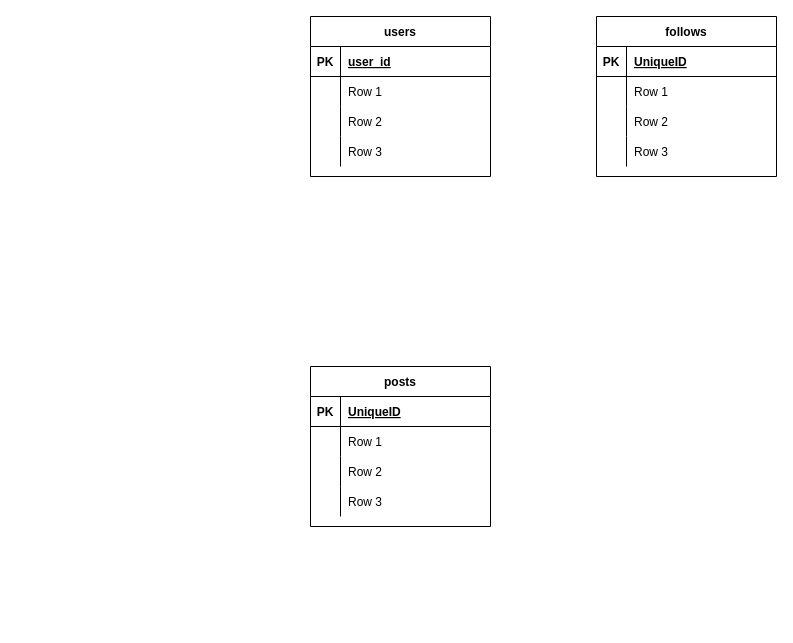
The draw.io diagram doc/database/ER.drawio in Azu0925/syusyokusakuhin, before the edit. Source tidied: cells renumbered, new cells numbered last; positions are measured from the earlier drawing's top-left corner, leaving out a move shared by most shapes. Both pictures are drawn from the tidied source at 100%, with x=0, y=0 at pixel (310, 16).
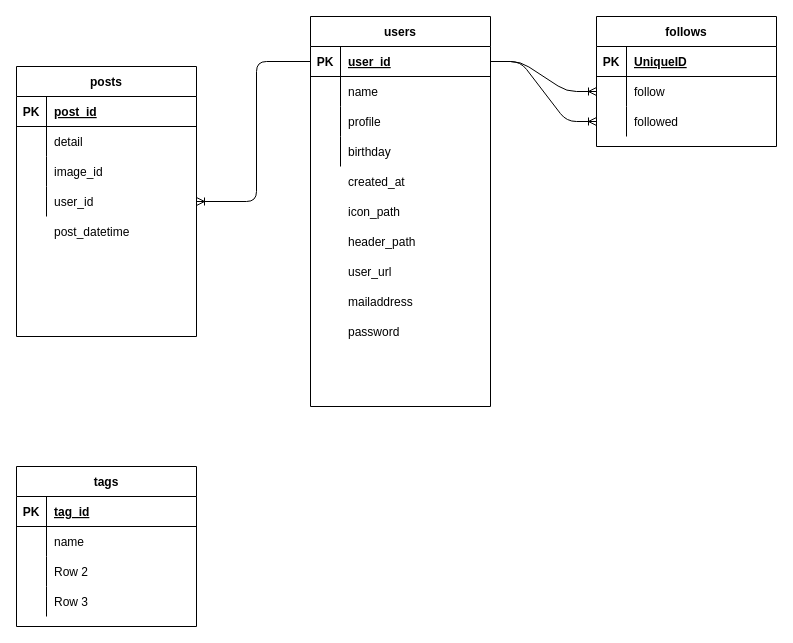
The same diagram, later.

Commit message:
ER図作成途中

Unchanged cells that the change refers to:
```xml
<mxCell id="3" style="shape=partialRectangle;fillColor=none;top=0;left=0;bottom=1;right=0;points=[[0,0.5],[1,0.5]];portConstraint=eastwest;" parent="2" vertex="1">
  <mxGeometry y="30" width="180" height="30" as="geometry" />
</mxCell>
<mxCell id="6" style="shape=partialRectangle;fillColor=none;top=0;left=0;bottom=0;right=0;" parent="2" vertex="1">
  <mxGeometry y="60" width="180" height="30" as="geometry" />
</mxCell>
<mxCell id="9" style="shape=partialRectangle;fillColor=none;top=0;left=0;bottom=0;right=0;" parent="2" vertex="1">
  <mxGeometry y="90" width="180" height="30" as="geometry" />
</mxCell>
<mxCell id="12" style="shape=partialRectangle;fillColor=none;top=0;left=0;bottom=0;right=0;" parent="2" vertex="1">
  <mxGeometry y="120" width="180" height="30" as="geometry" />
</mxCell>
<mxCell id="19" style="shape=partialRectangle;fillColor=none;top=0;left=0;bottom=0;right=0;points=[[0,0.5],[1,0.5]];portConstraint=eastwest;" parent="15" vertex="1">
  <mxGeometry y="60" width="180" height="30" as="geometry" />
</mxCell>
<mxCell id="22" style="shape=partialRectangle;fillColor=none;top=0;left=0;bottom=0;right=0;points=[[0,0.5],[1,0.5]];portConstraint=eastwest;" parent="15" vertex="1">
  <mxGeometry y="90" width="180" height="30" as="geometry" />
</mxCell>
<mxCell id="29" style="shape=partialRectangle;fillColor=none;top=0;left=0;bottom=1;right=0;" parent="28" vertex="1">
  <mxGeometry y="30" width="180" height="30" as="geometry" />
</mxCell>
<mxCell id="32" style="shape=partialRectangle;fillColor=none;top=0;left=0;bottom=0;right=0;" parent="28" vertex="1">
  <mxGeometry y="60" width="180" height="30" as="geometry" />
</mxCell>
<mxCell id="35" style="shape=partialRectangle;fillColor=none;top=0;left=0;bottom=0;right=0;" parent="28" vertex="1">
  <mxGeometry y="90" width="180" height="30" as="geometry" />
</mxCell>
<mxCell id="38" style="shape=partialRectangle;fillColor=none;top=0;left=0;bottom=0;right=0;points=[[0,0.5],[1,0.5]];portConstraint=eastwest;" parent="28" vertex="1">
  <mxGeometry y="120" width="180" height="30" as="geometry" />
</mxCell>
```

Change to the diagram source:
```diff
@@
     <mxCell id="2" value="users" style="shape=table;startSize=30;childLayout=tableLayout;rowLines=0;fontStyle=1;align=center;" parent="1" vertex="1">
-      <mxGeometry width="180" height="160" as="geometry" />
+      <mxGeometry width="180" height="390" as="geometry" />
     </mxCell>
@@
-    <mxCell id="8" value="Row 1" style="shape=partialRectangle;fillColor=none;top=0;left=0;bottom=0;right=0;align=left;spacingLeft=6;overflow=hidden;" parent="6" vertex="1">
+    <mxCell id="8" value="name" style="shape=partialRectangle;fillColor=none;top=0;left=0;bottom=0;right=0;align=left;spacingLeft=6;overflow=hidden;" parent="6" vertex="1">
       <mxGeometry x="30" width="150" height="30" as="geometry" />
     </mxCell>
@@
-    <mxCell id="11" value="Row 2" style="shape=partialRectangle;fillColor=none;top=0;left=0;bottom=0;right=0;align=left;spacingLeft=6;overflow=hidden;" parent="9" vertex="1">
+    <mxCell id="11" value="profile" style="shape=partialRectangle;fillColor=none;top=0;left=0;bottom=0;right=0;align=left;spacingLeft=6;overflow=hidden;" parent="9" vertex="1">
       <mxGeometry x="30" width="150" height="30" as="geometry" />
     </mxCell>
@@
-    <mxCell id="14" value="Row 3" style="shape=partialRectangle;fillColor=none;top=0;left=0;bottom=0;right=0;align=left;spacingLeft=6;overflow=hidden;" parent="12" vertex="1">
+    <mxCell id="14" value="birthday" style="shape=partialRectangle;fillColor=none;top=0;left=0;bottom=0;right=0;align=left;spacingLeft=6;overflow=hidden;" parent="12" vertex="1">
       <mxGeometry x="30" width="150" height="30" as="geometry" />
     </mxCell>
     <mxCell id="15" value="follows" style="shape=table;startSize=30;childLayout=tableLayout;rowLines=0;fontStyle=1;align=center;" parent="1" vertex="1">
-      <mxGeometry x="286" width="180" height="160" as="geometry" />
+      <mxGeometry x="286" width="180" height="130" as="geometry" />
     </mxCell>
@@
-    <mxCell id="21" value="Row 1" style="shape=partialRectangle;fillColor=none;top=0;left=0;bottom=0;right=0;align=left;spacingLeft=6;overflow=hidden;" parent="19" vertex="1">
+    <mxCell id="21" value="follow" style="shape=partialRectangle;fillColor=none;top=0;left=0;bottom=0;right=0;align=left;spacingLeft=6;overflow=hidden;" parent="19" vertex="1">
       <mxGeometry x="30" width="150" height="30" as="geometry" />
     </mxCell>
@@
-    <mxCell id="24" value="Row 2" style="shape=partialRectangle;fillColor=none;top=0;left=0;bottom=0;right=0;align=left;spacingLeft=6;overflow=hidden;" parent="22" vertex="1">
+    <mxCell id="24" value="followed" style="shape=partialRectangle;fillColor=none;top=0;left=0;bottom=0;right=0;align=left;spacingLeft=6;overflow=hidden;" parent="22" vertex="1">
       <mxGeometry x="30" width="150" height="30" as="geometry" />
     </mxCell>
-    <mxCell id="25" style="shape=partialRectangle;fillColor=none;top=0;left=0;bottom=0;right=0;" parent="15" vertex="1">
-      <mxGeometry y="120" width="180" height="30" as="geometry" />
-    </mxCell>
-    <mxCell id="26" style="shape=partialRectangle;fillColor=none;top=0;left=0;bottom=0;right=0;overflow=hidden;" parent="25" vertex="1">
-      <mxGeometry width="30" height="30" as="geometry" />
-    </mxCell>
-    <mxCell id="27" value="Row 3" style="shape=partialRectangle;fillColor=none;top=0;left=0;bottom=0;right=0;align=left;spacingLeft=6;overflow=hidden;" parent="25" vertex="1">
-      <mxGeometry x="30" width="150" height="30" as="geometry" />
-    </mxCell>
     <mxCell id="28" value="posts" style="shape=table;startSize=30;childLayout=tableLayout;rowLines=0;fontStyle=1;align=center;" parent="1" vertex="1">
-      <mxGeometry y="350" width="180" height="160" as="geometry" />
+      <mxGeometry x="-294" y="50" width="180" height="270" as="geometry" />
     </mxCell>
@@
-    <mxCell id="31" value="UniqueID" style="shape=partialRectangle;fillColor=none;top=0;left=0;bottom=0;right=0;align=left;spacingLeft=6;fontStyle=5;overflow=hidden;" parent="29" vertex="1">
+    <mxCell id="31" value="post_id" style="shape=partialRectangle;fillColor=none;top=0;left=0;bottom=0;right=0;align=left;spacingLeft=6;fontStyle=5;overflow=hidden;" parent="29" vertex="1">
       <mxGeometry x="30" width="150" height="30" as="geometry" />
     </mxCell>
@@
-    <mxCell id="34" value="Row 1" style="shape=partialRectangle;fillColor=none;top=0;left=0;bottom=0;right=0;align=left;spacingLeft=6;overflow=hidden;" parent="32" vertex="1">
+    <mxCell id="34" value="detail" style="shape=partialRectangle;fillColor=none;top=0;left=0;bottom=0;right=0;align=left;spacingLeft=6;overflow=hidden;" parent="32" vertex="1">
       <mxGeometry x="30" width="150" height="30" as="geometry" />
     </mxCell>
@@
-    <mxCell id="37" value="Row 2" style="shape=partialRectangle;fillColor=none;top=0;left=0;bottom=0;right=0;align=left;spacingLeft=6;overflow=hidden;" parent="35" vertex="1">
+    <mxCell id="37" value="image_id" style="shape=partialRectangle;fillColor=none;top=0;left=0;bottom=0;right=0;align=left;spacingLeft=6;overflow=hidden;" parent="35" vertex="1">
       <mxGeometry x="30" width="150" height="30" as="geometry" />
     </mxCell>
@@
-    <mxCell id="40" value="Row 3" style="shape=partialRectangle;fillColor=none;top=0;left=0;bottom=0;right=0;align=left;spacingLeft=6;overflow=hidden;" parent="38" vertex="1">
+    <mxCell id="40" value="user_id" style="shape=partialRectangle;fillColor=none;top=0;left=0;bottom=0;right=0;align=left;spacingLeft=6;overflow=hidden;" parent="38" vertex="1">
       <mxGeometry x="30" width="150" height="30" as="geometry" />
     </mxCell>
+    <mxCell id="41" style="edgeStyle=entityRelationEdgeStyle;fontSize=12;html=1;endArrow=ERoneToMany;entryX=0;entryY=0.5;entryDx=0;entryDy=0;exitX=1;exitY=0.5;exitDx=0;exitDy=0;" parent="1" edge="1" source="3" target="19">
+      <mxGeometry relative="1" as="geometry" />
+    </mxCell>
+    <mxCell id="42" style="edgeStyle=entityRelationEdgeStyle;fontSize=12;html=1;endArrow=ERoneToMany;exitX=1;exitY=0.5;exitDx=0;exitDy=0;entryX=0;entryY=0.5;entryDx=0;entryDy=0;" parent="1" edge="1" source="3" target="22">
+      <mxGeometry relative="1" as="geometry" />
+    </mxCell>
+    <mxCell id="43" style="edgeStyle=elbowEdgeStyle;fontSize=12;html=1;endArrow=ERoneToMany;entryX=1;entryY=0.5;entryDx=0;entryDy=0;exitX=0;exitY=0.5;exitDx=0;exitDy=0;" parent="1" edge="1" source="3" target="38">
+      <mxGeometry relative="1" as="geometry">
+        <Array as="points">
+          <mxPoint x="-54" y="180" />
+        </Array>
+      </mxGeometry>
+    </mxCell>
+    <mxCell id="44" style="shape=partialRectangle;fillColor=none;top=0;left=0;bottom=0;right=0;" parent="1" vertex="1">
+      <mxGeometry y="150" width="180" height="30" as="geometry" />
+    </mxCell>
+    <mxCell id="45" style="shape=partialRectangle;fillColor=none;top=0;left=0;bottom=0;right=0;overflow=hidden;" parent="44" vertex="1">
+      <mxGeometry width="30" height="30" as="geometry" />
+    </mxCell>
+    <mxCell id="46" value="created_at" style="shape=partialRectangle;fillColor=none;top=0;left=0;bottom=0;right=0;align=left;spacingLeft=6;overflow=hidden;" parent="44" vertex="1">
+      <mxGeometry x="30" width="150" height="30" as="geometry" />
+    </mxCell>
+    <mxCell id="47" style="shape=partialRectangle;fillColor=none;top=0;left=0;bottom=0;right=0;" parent="1" vertex="1">
+      <mxGeometry y="180" width="180" height="30" as="geometry" />
+    </mxCell>
+    <mxCell id="48" style="shape=partialRectangle;fillColor=none;top=0;left=0;bottom=0;right=0;overflow=hidden;" parent="47" vertex="1">
+      <mxGeometry width="30" height="30" as="geometry" />
+    </mxCell>
+    <mxCell id="49" value="icon_path" style="shape=partialRectangle;fillColor=none;top=0;left=0;bottom=0;right=0;align=left;spacingLeft=6;overflow=hidden;" parent="47" vertex="1">
+      <mxGeometry x="30" width="150" height="30" as="geometry" />
+    </mxCell>
+    <mxCell id="50" style="shape=partialRectangle;fillColor=none;top=0;left=0;bottom=0;right=0;" parent="1" vertex="1">
+      <mxGeometry y="210" width="180" height="30" as="geometry" />
+    </mxCell>
+    <mxCell id="51" style="shape=partialRectangle;fillColor=none;top=0;left=0;bottom=0;right=0;overflow=hidden;" parent="50" vertex="1">
+      <mxGeometry width="30" height="30" as="geometry" />
+    </mxCell>
+    <mxCell id="52" value="header_path" style="shape=partialRectangle;fillColor=none;top=0;left=0;bottom=0;right=0;align=left;spacingLeft=6;overflow=hidden;" parent="50" vertex="1">
+      <mxGeometry x="30" width="150" height="30" as="geometry" />
+    </mxCell>
+    <mxCell id="53" style="shape=partialRectangle;fillColor=none;top=0;left=0;bottom=0;right=0;" parent="1" vertex="1">
+      <mxGeometry y="240" width="180" height="30" as="geometry" />
+    </mxCell>
+    <mxCell id="54" style="shape=partialRectangle;fillColor=none;top=0;left=0;bottom=0;right=0;overflow=hidden;" parent="53" vertex="1">
+      <mxGeometry width="30" height="30" as="geometry" />
+    </mxCell>
+    <mxCell id="55" value="user_url" style="shape=partialRectangle;fillColor=none;top=0;left=0;bottom=0;right=0;align=left;spacingLeft=6;overflow=hidden;" parent="53" vertex="1">
+      <mxGeometry x="30" width="150" height="30" as="geometry" />
+    </mxCell>
+    <mxCell id="56" style="shape=partialRectangle;fillColor=none;top=0;left=0;bottom=0;right=0;" parent="1" vertex="1">
+      <mxGeometry y="270" width="180" height="30" as="geometry" />
+    </mxCell>
+    <mxCell id="57" style="shape=partialRectangle;fillColor=none;top=0;left=0;bottom=0;right=0;overflow=hidden;" parent="56" vertex="1">
+      <mxGeometry width="30" height="30" as="geometry" />
+    </mxCell>
+    <mxCell id="58" value="mailaddress" style="shape=partialRectangle;fillColor=none;top=0;left=0;bottom=0;right=0;align=left;spacingLeft=6;overflow=hidden;" parent="56" vertex="1">
+      <mxGeometry x="30" width="150" height="30" as="geometry" />
+    </mxCell>
+    <mxCell id="59" style="shape=partialRectangle;fillColor=none;top=0;left=0;bottom=0;right=0;" parent="1" vertex="1">
+      <mxGeometry y="300" width="180" height="30" as="geometry" />
+    </mxCell>
+    <mxCell id="60" style="shape=partialRectangle;fillColor=none;top=0;left=0;bottom=0;right=0;overflow=hidden;" parent="59" vertex="1">
+      <mxGeometry width="30" height="30" as="geometry" />
+    </mxCell>
+    <mxCell id="61" value="password" style="shape=partialRectangle;fillColor=none;top=0;left=0;bottom=0;right=0;align=left;spacingLeft=6;overflow=hidden;" parent="59" vertex="1">
+      <mxGeometry x="30" width="150" height="30" as="geometry" />
+    </mxCell>
+    <mxCell id="62" style="shape=partialRectangle;fillColor=none;top=0;left=0;bottom=0;right=0;" parent="1" vertex="1">
+      <mxGeometry x="-294" y="200" width="180" height="30" as="geometry" />
+    </mxCell>
+    <mxCell id="63" style="shape=partialRectangle;fillColor=none;top=0;left=0;bottom=0;right=0;overflow=hidden;" parent="62" vertex="1">
+      <mxGeometry width="30" height="30" as="geometry" />
+    </mxCell>
+    <mxCell id="64" value="post_datetime" style="shape=partialRectangle;fillColor=none;top=0;left=0;bottom=0;right=0;align=left;spacingLeft=6;overflow=hidden;" parent="62" vertex="1">
+      <mxGeometry x="30" width="150" height="30" as="geometry" />
+    </mxCell>
+    <mxCell id="65" value="tags" style="shape=table;startSize=30;childLayout=tableLayout;rowLines=0;fontStyle=1;align=center;" parent="1" vertex="1">
+      <mxGeometry x="-294" y="450" width="180" height="160" as="geometry" />
+    </mxCell>
+    <mxCell id="66" style="shape=partialRectangle;fillColor=none;top=0;left=0;bottom=1;right=0;" parent="65" vertex="1">
+      <mxGeometry y="30" width="180" height="30" as="geometry" />
+    </mxCell>
+    <mxCell id="67" value="PK" style="shape=partialRectangle;fillColor=none;top=0;left=0;bottom=0;right=0;fontStyle=1;overflow=hidden;" parent="66" vertex="1">
+      <mxGeometry width="30" height="30" as="geometry" />
+    </mxCell>
+    <mxCell id="68" value="tag_id" style="shape=partialRectangle;fillColor=none;top=0;left=0;bottom=0;right=0;align=left;spacingLeft=6;fontStyle=5;overflow=hidden;" parent="66" vertex="1">
+      <mxGeometry x="30" width="150" height="30" as="geometry" />
+    </mxCell>
+    <mxCell id="69" style="shape=partialRectangle;fillColor=none;top=0;left=0;bottom=0;right=0;" parent="65" vertex="1">
+      <mxGeometry y="60" width="180" height="30" as="geometry" />
+    </mxCell>
+    <mxCell id="70" style="shape=partialRectangle;fillColor=none;top=0;left=0;bottom=0;right=0;overflow=hidden;" parent="69" vertex="1">
+      <mxGeometry width="30" height="30" as="geometry" />
+    </mxCell>
+    <mxCell id="71" value="name" style="shape=partialRectangle;fillColor=none;top=0;left=0;bottom=0;right=0;align=left;spacingLeft=6;overflow=hidden;" parent="69" vertex="1">
+      <mxGeometry x="30" width="150" height="30" as="geometry" />
+    </mxCell>
+    <mxCell id="72" style="shape=partialRectangle;fillColor=none;top=0;left=0;bottom=0;right=0;" parent="65" vertex="1">
+      <mxGeometry y="90" width="180" height="30" as="geometry" />
+    </mxCell>
+    <mxCell id="73" style="shape=partialRectangle;fillColor=none;top=0;left=0;bottom=0;right=0;overflow=hidden;" parent="72" vertex="1">
+      <mxGeometry width="30" height="30" as="geometry" />
+    </mxCell>
+    <mxCell id="74" value="Row 2" style="shape=partialRectangle;fillColor=none;top=0;left=0;bottom=0;right=0;align=left;spacingLeft=6;overflow=hidden;" parent="72" vertex="1">
+      <mxGeometry x="30" width="150" height="30" as="geometry" />
+    </mxCell>
+    <mxCell id="25" style="shape=partialRectangle;fillColor=none;top=0;left=0;bottom=0;right=0;" parent="65" vertex="1">
+      <mxGeometry y="120" width="180" height="30" as="geometry" />
+    </mxCell>
+    <mxCell id="75" style="shape=partialRectangle;fillColor=none;top=0;left=0;bottom=0;right=0;overflow=hidden;" parent="25" vertex="1">
+      <mxGeometry width="30" height="30" as="geometry" />
+    </mxCell>
+    <mxCell id="27" value="Row 3" style="shape=partialRectangle;fillColor=none;top=0;left=0;bottom=0;right=0;align=left;spacingLeft=6;overflow=hidden;" parent="25" vertex="1">
+      <mxGeometry x="30" width="150" height="30" as="geometry" />
+    </mxCell>
```
